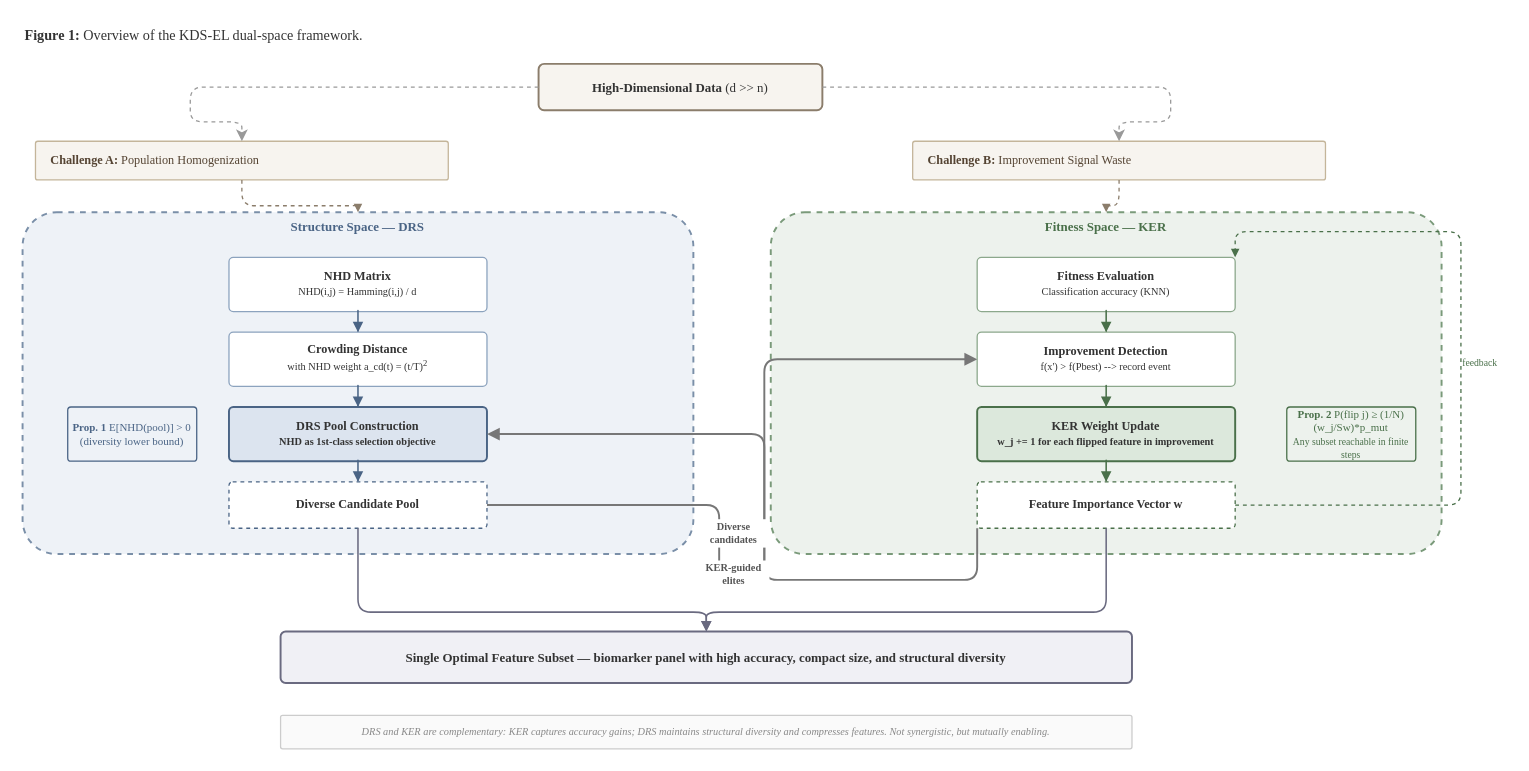
Earlier version of the draw.io diagram output/figures/F1_kds_el_framework.drawio (drp4/KDS-EL). Source tidied: cells renumbered, new cells numbered last; positions are measured from the earlier drawing's top-left corner, leaving out a move shared by most shapes. Both pictures are drawn from the tidied source at 129%, with x=0, y=0 at pixel (22, 22).
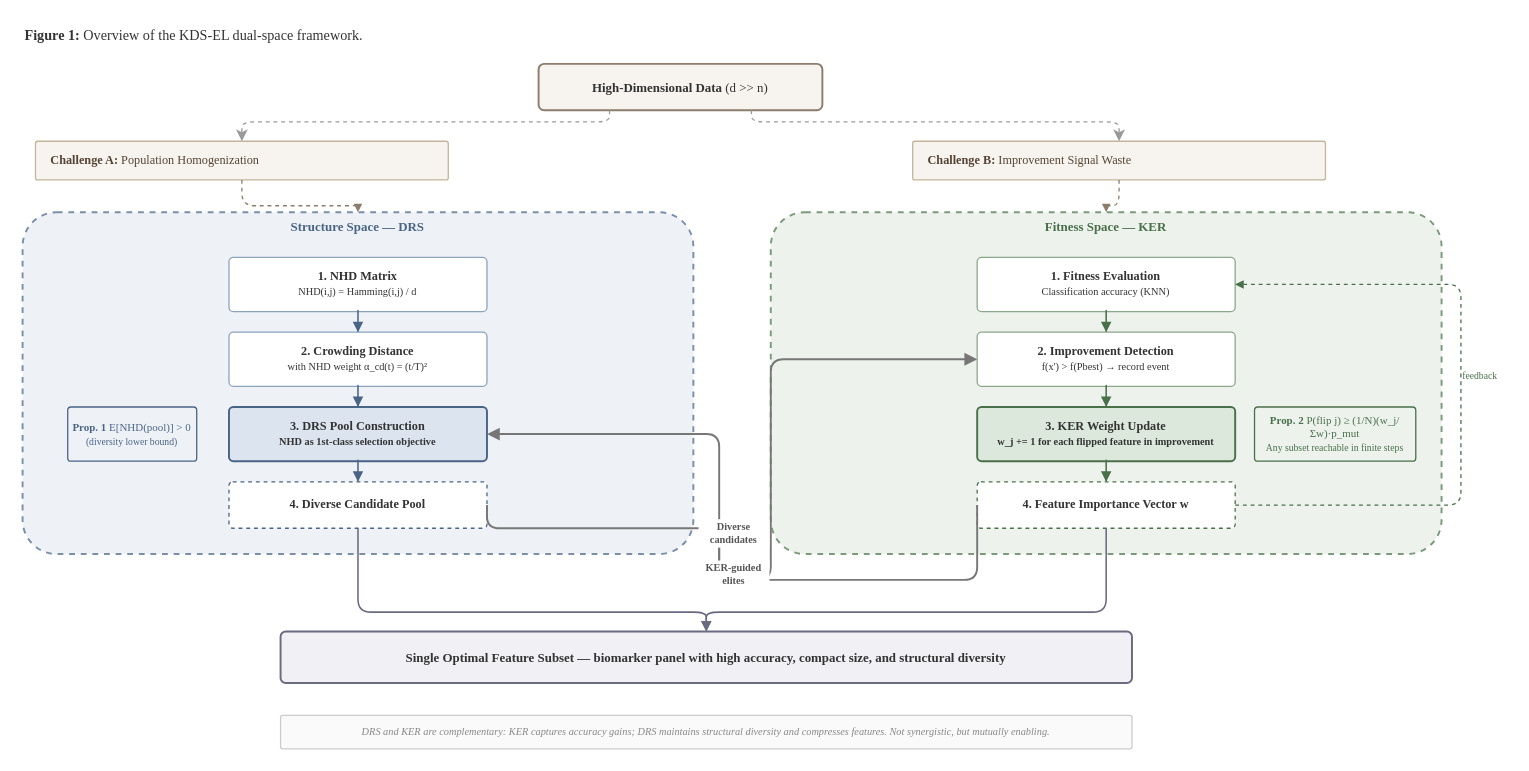
The same diagram, later.

Unchanged cells that the change refers to:
```xml
<mxCell id="3" value="&lt;b&gt;High-Dimensional Data&lt;/b&gt; (d &amp;gt;&amp;gt; n)" style="rounded=1;arcSize=12;whiteSpace=wrap;html=1;fillColor=#F7F4EF;strokeColor=#8B7D6B;strokeWidth=1.5;fontSize=10;fontFamily=Times New Roman;fontColor=#333333;" parent="1" vertex="1">
  <mxGeometry x="400" y="32" width="220" height="36" as="geometry" />
</mxCell>
<mxCell id="4" value="&lt;b&gt;Challenge A:&lt;/b&gt; Population Homogenization" style="rounded=1;arcSize=6;whiteSpace=wrap;html=1;fillColor=#F7F4EF;strokeColor=#C4B59A;strokeWidth=1;fontSize=9.5;fontFamily=Times New Roman;fontColor=#554433;align=left;spacingLeft=10;" parent="1" vertex="1">
  <mxGeometry x="10" y="92" width="320" height="30" as="geometry" />
</mxCell>
<mxCell id="5" value="&lt;b&gt;Challenge B:&lt;/b&gt; Improvement Signal Waste" style="rounded=1;arcSize=6;whiteSpace=wrap;html=1;fillColor=#F7F4EF;strokeColor=#C4B59A;strokeWidth=1;fontSize=9.5;fontFamily=Times New Roman;fontColor=#554433;align=left;spacingLeft=10;" parent="1" vertex="1">
  <mxGeometry x="690" y="92" width="320" height="30" as="geometry" />
</mxCell>
<mxCell id="8" style="rounded=1;arcSize=10;whiteSpace=wrap;html=1;fillColor=#EEF2F7;strokeColor=#7A8FA8;strokeWidth=1.5;dashed=1;" parent="1" vertex="1">
  <mxGeometry y="147" width="520" height="265" as="geometry" />
</mxCell>
<mxCell id="18" style="rounded=1;arcSize=10;whiteSpace=wrap;html=1;fillColor=#EDF2ED;strokeColor=#7A9A7A;strokeWidth=1.5;dashed=1;" parent="1" vertex="1">
  <mxGeometry x="580" y="147" width="520" height="265" as="geometry" />
</mxCell>
<mxCell id="36" value="&lt;b&gt;Single Optimal Feature Subset&lt;/b&gt;  —  biomarker panel with high accuracy, compact size, and structural diversity" style="rounded=1;arcSize=10;whiteSpace=wrap;html=1;fillColor=#F0F0F5;strokeColor=#6A6A80;strokeWidth=1.5;fontSize=10;fontFamily=Times New Roman;fontColor=#333333;fontStyle=1;" parent="1" vertex="1">
  <mxGeometry x="200" y="472" width="660" height="40" as="geometry" />
</mxCell>
```

Change to the diagram source:
```diff
@@
-    <mxCell id="6" style="edgeStyle=orthogonalEdgeStyle;rounded=1;jettySize=auto;html=1;strokeColor=#999999;strokeWidth=1;dashed=1;" parent="1" edge="1" source="3" target="4">
+    <mxCell id="6" style="edgeStyle=orthogonalEdgeStyle;rounded=1;jettySize=auto;html=1;strokeColor=#999999;strokeWidth=1;dashed=1;exitX=0.25;exitY=1;exitDx=0;exitDy=0;entryX=0.5;entryY=0;entryDx=0;entryDy=0;" parent="1" edge="1" source="3" target="4">
       <mxGeometry relative="1" as="geometry">
         <Array as="points">
-          <mxPoint x="130" y="50" />
-          <mxPoint x="130" y="77" />
+          <mxPoint x="455" y="77" />
+          <mxPoint x="170" y="77" />
         </Array>
       </mxGeometry>
     </mxCell>
-    <mxCell id="7" style="edgeStyle=orthogonalEdgeStyle;rounded=1;jettySize=auto;html=1;strokeColor=#999999;strokeWidth=1;dashed=1;" parent="1" edge="1" source="3" target="5">
+    <mxCell id="7" style="edgeStyle=orthogonalEdgeStyle;rounded=1;jettySize=auto;html=1;strokeColor=#999999;strokeWidth=1;dashed=1;exitX=0.75;exitY=1;exitDx=0;exitDy=0;entryX=0.5;entryY=0;entryDx=0;entryDy=0;" parent="1" edge="1" source="3" target="5">
       <mxGeometry relative="1" as="geometry">
         <Array as="points">
-          <mxPoint x="890" y="50" />
-          <mxPoint x="890" y="77" />
+          <mxPoint x="565" y="77" />
+          <mxPoint x="850" y="77" />
         </Array>
       </mxGeometry>
     </mxCell>
@@
-    <mxCell id="10" value="&lt;b&gt;NHD Matrix&lt;/b&gt;&lt;br&gt;&lt;font style=&quot;font-size:8px&quot;&gt;NHD(i,j) = Hamming(i,j) / d&lt;/font&gt;" style="rounded=1;arcSize=8;whiteSpace=wrap;html=1;fillColor=#FFFFFF;strokeColor=#8CA3BE;strokeWidth=1;fontSize=9.5;fontFamily=Times New Roman;fontColor=#333333;" parent="1" vertex="1">
-      <mxGeometry x="160" y="182" width="200" height="42" as="geometry" />
-    </mxCell>
-    <mxCell id="11" value="&lt;b&gt;Crowding Distance&lt;/b&gt;&lt;br&gt;&lt;font style=&quot;font-size:8px&quot;&gt;with NHD weight a_cd(t) = (t/T)&lt;sup&gt;2&lt;/sup&gt;&lt;/font&gt;" style="rounded=1;arcSize=8;whiteSpace=wrap;html=1;fillColor=#FFFFFF;strokeColor=#8CA3BE;strokeWidth=1;fontSize=9.5;fontFamily=Times New Roman;fontColor=#333333;" parent="1" vertex="1">
-      <mxGeometry x="160" y="240" width="200" height="42" as="geometry" />
-    </mxCell>
-    <mxCell id="12" value="&lt;b&gt;DRS Pool Construction&lt;/b&gt;&lt;br&gt;&lt;font style=&quot;font-size:8px&quot;&gt;NHD as 1st-class selection objective&lt;/font&gt;" style="rounded=1;arcSize=8;whiteSpace=wrap;html=1;fillColor=#DCE4EF;strokeColor=#4A6485;strokeWidth=1.5;fontSize=9.5;fontFamily=Times New Roman;fontColor=#333333;fontStyle=1;" parent="1" vertex="1">
-      <mxGeometry x="160" y="298" width="200" height="42" as="geometry" />
-    </mxCell>
-    <mxCell id="13" value="&lt;b&gt;Diverse Candidate Pool&lt;/b&gt;" style="rounded=1;arcSize=8;whiteSpace=wrap;html=1;fillColor=#FFFFFF;strokeColor=#4A6485;strokeWidth=1;fontSize=9.5;fontFamily=Times New Roman;fontColor=#333333;dashed=1;" parent="1" vertex="1">
-      <mxGeometry x="160" y="356" width="200" height="36" as="geometry" />
-    </mxCell>
+    <mxCell id="40" value="&lt;b&gt;1. NHD Matrix&lt;/b&gt;&lt;br&gt;&lt;font style=&quot;font-size:8px&quot;&gt;NHD(i,j) = Hamming(i,j) / d&lt;/font&gt;" style="rounded=1;arcSize=8;whiteSpace=wrap;html=1;fillColor=#FFFFFF;strokeColor=#8CA3BE;strokeWidth=1;fontSize=9.5;fontFamily=Times New Roman;fontColor=#333333;" parent="1" vertex="1">
+      <mxGeometry x="160" y="182" width="200" height="42" as="geometry" />
+    </mxCell>
+    <mxCell id="41" value="&lt;b&gt;2. Crowding Distance&lt;/b&gt;&lt;br&gt;&lt;font style=&quot;font-size:8px&quot;&gt;with NHD weight α_cd(t) = (t/T)²&lt;/font&gt;" style="rounded=1;arcSize=8;whiteSpace=wrap;html=1;fillColor=#FFFFFF;strokeColor=#8CA3BE;strokeWidth=1;fontSize=9.5;fontFamily=Times New Roman;fontColor=#333333;" parent="1" vertex="1">
+      <mxGeometry x="160" y="240" width="200" height="42" as="geometry" />
+    </mxCell>
+    <mxCell id="42" value="&lt;b&gt;3. DRS Pool Construction&lt;/b&gt;&lt;br&gt;&lt;font style=&quot;font-size:8px&quot;&gt;NHD as 1st-class selection objective&lt;/font&gt;" style="rounded=1;arcSize=8;whiteSpace=wrap;html=1;fillColor=#DCE4EF;strokeColor=#4A6485;strokeWidth=1.5;fontSize=9.5;fontFamily=Times New Roman;fontColor=#333333;fontStyle=1;" parent="1" vertex="1">
+      <mxGeometry x="160" y="298" width="200" height="42" as="geometry" />
+    </mxCell>
+    <mxCell id="43" value="&lt;b&gt;4. Diverse Candidate Pool&lt;/b&gt;" style="rounded=1;arcSize=8;whiteSpace=wrap;html=1;fillColor=#FFFFFF;strokeColor=#4A6485;strokeWidth=1;fontSize=9.5;fontFamily=Times New Roman;fontColor=#333333;dashed=1;" parent="1" vertex="1">
+      <mxGeometry x="160" y="356" width="200" height="36" as="geometry" />
+    </mxCell>
-    <mxCell id="14" value="&lt;b&gt;Prop. 1&lt;/b&gt;  E[NHD(pool)] &amp;gt; 0 (diversity lower bound)" style="rounded=1;arcSize=6;whiteSpace=wrap;html=1;fillColor=#EEF2F7;strokeColor=#4A6485;strokeWidth=1;fontSize=8.5;fontFamily=Times New Roman;fontColor=#4A6485;" parent="1" vertex="1">
+    <mxCell id="14" value="&lt;b&gt;Prop. 1&lt;/b&gt;  E[NHD(pool)] &amp;gt; 0&lt;br&gt;&lt;font style=&quot;font-size:7.5px&quot;&gt;(diversity lower bound)&lt;/font&gt;" style="rounded=1;arcSize=6;whiteSpace=wrap;html=1;fillColor=#EEF2F7;strokeColor=#4A6485;strokeWidth=1;fontSize=8.5;fontFamily=Times New Roman;fontColor=#4A6485;" parent="1" vertex="1">
       <mxGeometry x="35" y="298" width="100" height="42" as="geometry" />
     </mxCell>
-    <mxCell id="15" style="edgeStyle=orthogonalEdgeStyle;rounded=1;jettySize=auto;html=1;strokeColor=#4A6485;strokeWidth=1.2;endArrow=block;endFill=1;endSize=5;" parent="1" edge="1" source="10" target="11">
-      <mxGeometry relative="1" as="geometry" />
-    </mxCell>
-    <mxCell id="16" style="edgeStyle=orthogonalEdgeStyle;rounded=1;jettySize=auto;html=1;strokeColor=#4A6485;strokeWidth=1.2;endArrow=block;endFill=1;endSize=5;" parent="1" edge="1" source="11" target="12">
-      <mxGeometry relative="1" as="geometry" />
-    </mxCell>
-    <mxCell id="17" style="edgeStyle=orthogonalEdgeStyle;rounded=1;jettySize=auto;html=1;strokeColor=#4A6485;strokeWidth=1.2;endArrow=block;endFill=1;endSize=5;" parent="1" edge="1" source="12" target="13">
-      <mxGeometry relative="1" as="geometry" />
-    </mxCell>
+    <mxCell id="44" style="edgeStyle=orthogonalEdgeStyle;rounded=1;jettySize=auto;html=1;strokeColor=#4A6485;strokeWidth=1.2;endArrow=block;endFill=1;endSize=5;" parent="1" edge="1" source="40" target="41">
+      <mxGeometry relative="1" as="geometry" />
+    </mxCell>
+    <mxCell id="45" style="edgeStyle=orthogonalEdgeStyle;rounded=1;jettySize=auto;html=1;strokeColor=#4A6485;strokeWidth=1.2;endArrow=block;endFill=1;endSize=5;" parent="1" edge="1" source="41" target="42">
+      <mxGeometry relative="1" as="geometry" />
+    </mxCell>
+    <mxCell id="46" style="edgeStyle=orthogonalEdgeStyle;rounded=1;jettySize=auto;html=1;strokeColor=#4A6485;strokeWidth=1.2;endArrow=block;endFill=1;endSize=5;" parent="1" edge="1" source="42" target="43">
+      <mxGeometry relative="1" as="geometry" />
+    </mxCell>
+    <mxCell id="34" style="edgeStyle=orthogonalEdgeStyle;rounded=1;jettySize=auto;html=1;strokeColor=#8B7D6B;strokeWidth=1;dashed=1;endArrow=block;endFill=1;endSize=4;" parent="1" edge="1" source="4" target="8">
+      <mxGeometry relative="1" as="geometry" />
+    </mxCell>
@@
-    <mxCell id="20" value="&lt;b&gt;Fitness Evaluation&lt;/b&gt;&lt;br&gt;&lt;font style=&quot;font-size:8px&quot;&gt;Classification accuracy (KNN)&lt;/font&gt;" style="rounded=1;arcSize=8;whiteSpace=wrap;html=1;fillColor=#FFFFFF;strokeColor=#8CA88C;strokeWidth=1;fontSize=9.5;fontFamily=Times New Roman;fontColor=#333333;" parent="1" vertex="1">
-      <mxGeometry x="740" y="182" width="200" height="42" as="geometry" />
-    </mxCell>
-    <mxCell id="21" value="&lt;b&gt;Improvement Detection&lt;/b&gt;&lt;br&gt;&lt;font style=&quot;font-size:8px&quot;&gt;f(x&amp;apos;) &amp;gt; f(Pbest) --&gt; record event&lt;/font&gt;" style="rounded=1;arcSize=8;whiteSpace=wrap;html=1;fillColor=#FFFFFF;strokeColor=#8CA88C;strokeWidth=1;fontSize=9.5;fontFamily=Times New Roman;fontColor=#333333;" parent="1" vertex="1">
-      <mxGeometry x="740" y="240" width="200" height="42" as="geometry" />
-    </mxCell>
-    <mxCell id="22" value="&lt;b&gt;KER Weight Update&lt;/b&gt;&lt;br&gt;&lt;font style=&quot;font-size:8px&quot;&gt;w_j += 1 for each flipped feature in improvement&lt;/font&gt;" style="rounded=1;arcSize=8;whiteSpace=wrap;html=1;fillColor=#DCE8DC;strokeColor=#4A704A;strokeWidth=1.5;fontSize=9.5;fontFamily=Times New Roman;fontColor=#333333;fontStyle=1;" parent="1" vertex="1">
-      <mxGeometry x="740" y="298" width="200" height="42" as="geometry" />
-    </mxCell>
-    <mxCell id="23" value="&lt;b&gt;Feature Importance Vector w&lt;/b&gt;" style="rounded=1;arcSize=8;whiteSpace=wrap;html=1;fillColor=#FFFFFF;strokeColor=#4A704A;strokeWidth=1;fontSize=9.5;fontFamily=Times New Roman;fontColor=#333333;dashed=1;" parent="1" vertex="1">
-      <mxGeometry x="740" y="356" width="200" height="36" as="geometry" />
-    </mxCell>
-    <mxCell id="24" value="&lt;b&gt;Prop. 2&lt;/b&gt;  P(flip j) &amp;ge; (1/N)(w_j/Sw)*p_mut&lt;br&gt;&lt;font style=&quot;font-size:7.5px&quot;&gt;Any subset reachable in finite steps&lt;/font&gt;" style="rounded=1;arcSize=6;whiteSpace=wrap;html=1;fillColor=#EDF2ED;strokeColor=#4A704A;strokeWidth=1;fontSize=8.5;fontFamily=Times New Roman;fontColor=#4A704A;" parent="1" vertex="1">
-      <mxGeometry x="980" y="298" width="100" height="42" as="geometry" />
-    </mxCell>
-    <mxCell id="25" style="edgeStyle=orthogonalEdgeStyle;rounded=1;jettySize=auto;html=1;strokeColor=#4A704A;strokeWidth=1.2;endArrow=block;endFill=1;endSize=5;" parent="1" edge="1" source="20" target="21">
-      <mxGeometry relative="1" as="geometry" />
-    </mxCell>
-    <mxCell id="26" style="edgeStyle=orthogonalEdgeStyle;rounded=1;jettySize=auto;html=1;strokeColor=#4A704A;strokeWidth=1.2;endArrow=block;endFill=1;endSize=5;" parent="1" edge="1" source="21" target="22">
-      <mxGeometry relative="1" as="geometry" />
-    </mxCell>
-    <mxCell id="27" style="edgeStyle=orthogonalEdgeStyle;rounded=1;jettySize=auto;html=1;strokeColor=#4A704A;strokeWidth=1.2;endArrow=block;endFill=1;endSize=5;" parent="1" edge="1" source="22" target="23">
-      <mxGeometry relative="1" as="geometry" />
-    </mxCell>
-    <mxCell id="28" style="edgeStyle=orthogonalEdgeStyle;rounded=1;jettySize=auto;html=1;strokeColor=#4A704A;strokeWidth=1;dashed=1;endArrow=block;endFill=1;endSize=4;" parent="1" edge="1" source="23" target="20">
-      <mxGeometry relative="1" as="geometry">
-        <Array as="points">
-          <mxPoint x="940" y="374" />
-          <mxPoint x="1115" y="374" />
-          <mxPoint x="1115" y="162" />
-          <mxPoint x="940" y="162" />
-        </Array>
-      </mxGeometry>
-    </mxCell>
+    <mxCell id="47" value="&lt;b&gt;1. Fitness Evaluation&lt;/b&gt;&lt;br&gt;&lt;font style=&quot;font-size:8px&quot;&gt;Classification accuracy (KNN)&lt;/font&gt;" style="rounded=1;arcSize=8;whiteSpace=wrap;html=1;fillColor=#FFFFFF;strokeColor=#8CA88C;strokeWidth=1;fontSize=9.5;fontFamily=Times New Roman;fontColor=#333333;" parent="1" vertex="1">
+      <mxGeometry x="740" y="182" width="200" height="42" as="geometry" />
+    </mxCell>
+    <mxCell id="48" value="&lt;b&gt;2. Improvement Detection&lt;/b&gt;&lt;br&gt;&lt;font style=&quot;font-size:8px&quot;&gt;f(x') &amp;gt; f(Pbest) → record event&lt;/font&gt;" style="rounded=1;arcSize=8;whiteSpace=wrap;html=1;fillColor=#FFFFFF;strokeColor=#8CA88C;strokeWidth=1;fontSize=9.5;fontFamily=Times New Roman;fontColor=#333333;" parent="1" vertex="1">
+      <mxGeometry x="740" y="240" width="200" height="42" as="geometry" />
+    </mxCell>
+    <mxCell id="49" value="&lt;b&gt;3. KER Weight Update&lt;/b&gt;&lt;br&gt;&lt;font style=&quot;font-size:8px&quot;&gt;w_j += 1 for each flipped feature in improvement&lt;/font&gt;" style="rounded=1;arcSize=8;whiteSpace=wrap;html=1;fillColor=#DCE8DC;strokeColor=#4A704A;strokeWidth=1.5;fontSize=9.5;fontFamily=Times New Roman;fontColor=#333333;fontStyle=1;" parent="1" vertex="1">
+      <mxGeometry x="740" y="298" width="200" height="42" as="geometry" />
+    </mxCell>
+    <mxCell id="50" value="&lt;b&gt;4. Feature Importance Vector w&lt;/b&gt;" style="rounded=1;arcSize=8;whiteSpace=wrap;html=1;fillColor=#FFFFFF;strokeColor=#4A704A;strokeWidth=1;fontSize=9.5;fontFamily=Times New Roman;fontColor=#333333;dashed=1;" parent="1" vertex="1">
+      <mxGeometry x="740" y="356" width="200" height="36" as="geometry" />
+    </mxCell>
+    <mxCell id="51" value="&lt;b&gt;Prop. 2&lt;/b&gt;  P(flip j) ≥ (1/N)(w_j/Σw)·p_mut&lt;br&gt;&lt;font style=&quot;font-size:7.5px&quot;&gt;Any subset reachable in finite steps&lt;/font&gt;" style="rounded=1;arcSize=6;whiteSpace=wrap;html=1;fillColor=#EDF2ED;strokeColor=#4A704A;strokeWidth=1;fontSize=8.5;fontFamily=Times New Roman;fontColor=#4A704A;" parent="1" vertex="1">
+      <mxGeometry x="955" y="298" width="125" height="42" as="geometry" />
+    </mxCell>
+    <mxCell id="52" style="edgeStyle=orthogonalEdgeStyle;rounded=1;jettySize=auto;html=1;strokeColor=#4A704A;strokeWidth=1.2;endArrow=block;endFill=1;endSize=5;" parent="1" edge="1" source="47" target="48">
+      <mxGeometry relative="1" as="geometry" />
+    </mxCell>
+    <mxCell id="53" style="edgeStyle=orthogonalEdgeStyle;rounded=1;jettySize=auto;html=1;strokeColor=#4A704A;strokeWidth=1.2;endArrow=block;endFill=1;endSize=5;" parent="1" edge="1" source="48" target="49">
+      <mxGeometry relative="1" as="geometry" />
+    </mxCell>
+    <mxCell id="54" style="edgeStyle=orthogonalEdgeStyle;rounded=1;jettySize=auto;html=1;strokeColor=#4A704A;strokeWidth=1.2;endArrow=block;endFill=1;endSize=5;" parent="1" edge="1" source="49" target="50">
+      <mxGeometry relative="1" as="geometry" />
+    </mxCell>
+    <mxCell id="55" style="edgeStyle=orthogonalEdgeStyle;rounded=1;jettySize=auto;html=1;strokeColor=#4A704A;strokeWidth=1;dashed=1;endArrow=block;endFill=1;endSize=4;exitX=1;exitY=0.5;exitDx=0;exitDy=0;entryX=1;entryY=0.5;entryDx=0;entryDy=0;" parent="1" edge="1" source="50" target="47">
+      <mxGeometry relative="1" as="geometry">
+        <Array as="points">
+          <mxPoint x="1115" y="374" />
+          <mxPoint x="1115" y="203" />
+        </Array>
+      </mxGeometry>
+    </mxCell>
     <mxCell id="29" value="&lt;font style=&quot;font-size:7.5px&quot;&gt;feedback&lt;/font&gt;" style="text;html=1;strokeColor=none;fillColor=none;align=center;verticalAlign=middle;whiteSpace=wrap;fontSize=8;fontFamily=Times New Roman;fontColor=#4A704A;" parent="1" vertex="1">
-      <mxGeometry x="1110" y="257" width="40" height="14" as="geometry" />
+      <mxGeometry x="1110" y="267" width="40" height="14" as="geometry" />
     </mxCell>
-    <mxCell id="30" style="edgeStyle=orthogonalEdgeStyle;rounded=1;jettySize=auto;html=1;strokeColor=#777777;strokeWidth=1.5;endArrow=block;endFill=1;endSize=6;" parent="1" edge="1" source="13" target="21">
-      <mxGeometry relative="1" as="geometry">
-        <Array as="points">
-          <mxPoint x="540" y="374" />
-          <mxPoint x="540" y="432" />
-          <mxPoint x="575" y="432" />
-          <mxPoint x="575" y="261" />
-        </Array>
-      </mxGeometry>
-    </mxCell>
-    <mxCell id="31" style="edgeStyle=orthogonalEdgeStyle;rounded=1;jettySize=auto;html=1;strokeColor=#777777;strokeWidth=1.5;endArrow=block;endFill=1;endSize=6;" parent="1" edge="1" source="23" target="12">
-      <mxGeometry relative="1" as="geometry">
-        <Array as="points">
-          <mxPoint x="740" y="432" />
-          <mxPoint x="575" y="432" />
-          <mxPoint x="575" y="319" />
-        </Array>
-      </mxGeometry>
-    </mxCell>
+    <mxCell id="35" style="edgeStyle=orthogonalEdgeStyle;rounded=1;jettySize=auto;html=1;strokeColor=#8B7D6B;strokeWidth=1;dashed=1;endArrow=block;endFill=1;endSize=4;" parent="1" edge="1" source="5" target="18">
+      <mxGeometry relative="1" as="geometry" />
+    </mxCell>
+    <mxCell id="56" style="edgeStyle=orthogonalEdgeStyle;rounded=1;jettySize=auto;html=1;strokeColor=#777777;strokeWidth=1.5;endArrow=block;endFill=1;endSize=6;exitX=1;exitY=0.5;exitDx=0;exitDy=0;entryX=0;entryY=0.5;entryDx=0;entryDy=0;" parent="1" edge="1" source="43" target="48">
+      <mxGeometry relative="1" as="geometry">
+        <Array as="points">
+          <mxPoint x="540" y="392" />
+          <mxPoint x="540" y="432" />
+          <mxPoint x="580" y="432" />
+          <mxPoint x="580" y="261" />
+        </Array>
+      </mxGeometry>
+    </mxCell>
+    <mxCell id="57" style="edgeStyle=orthogonalEdgeStyle;rounded=1;jettySize=auto;html=1;strokeColor=#777777;strokeWidth=1.5;endArrow=block;endFill=1;endSize=6;exitX=0;exitY=0.5;exitDx=0;exitDy=0;entryX=1;entryY=0.5;entryDx=0;entryDy=0;" parent="1" edge="1" source="50" target="42">
+      <mxGeometry relative="1" as="geometry">
+        <Array as="points">
+          <mxPoint x="620" y="432" />
+          <mxPoint x="580" y="432" />
+          <mxPoint x="540" y="432" />
+          <mxPoint x="540" y="319" />
+        </Array>
+      </mxGeometry>
+    </mxCell>
@@
-    <mxCell id="34" style="edgeStyle=orthogonalEdgeStyle;rounded=1;jettySize=auto;html=1;strokeColor=#8B7D6B;strokeWidth=1;dashed=1;endArrow=block;endFill=1;endSize=4;" parent="1" edge="1" source="4" target="8">
-      <mxGeometry relative="1" as="geometry" />
-    </mxCell>
-    <mxCell id="35" style="edgeStyle=orthogonalEdgeStyle;rounded=1;jettySize=auto;html=1;strokeColor=#8B7D6B;strokeWidth=1;dashed=1;endArrow=block;endFill=1;endSize=4;" parent="1" edge="1" source="5" target="18">
-      <mxGeometry relative="1" as="geometry" />
-    </mxCell>
@@
-    <mxCell id="37" style="edgeStyle=orthogonalEdgeStyle;rounded=1;jettySize=auto;html=1;strokeColor=#6A6A80;strokeWidth=1.2;endArrow=block;endFill=1;endSize=5;" parent="1" edge="1" source="13" target="36">
-      <mxGeometry relative="1" as="geometry">
-        <Array as="points">
-          <mxPoint x="260" y="457" />
-        </Array>
-      </mxGeometry>
-    </mxCell>
-    <mxCell id="38" style="edgeStyle=orthogonalEdgeStyle;rounded=1;jettySize=auto;html=1;strokeColor=#6A6A80;strokeWidth=1.2;endArrow=block;endFill=1;endSize=5;" parent="1" edge="1" source="23" target="36">
-      <mxGeometry relative="1" as="geometry">
-        <Array as="points">
-          <mxPoint x="840" y="457" />
-        </Array>
-      </mxGeometry>
-    </mxCell>
+    <mxCell id="58" style="edgeStyle=orthogonalEdgeStyle;rounded=1;jettySize=auto;html=1;strokeColor=#6A6A80;strokeWidth=1.2;endArrow=block;endFill=1;endSize=5;" parent="1" edge="1" source="43" target="36">
+      <mxGeometry relative="1" as="geometry">
+        <Array as="points">
+          <mxPoint x="260" y="457" />
+        </Array>
+      </mxGeometry>
+    </mxCell>
+    <mxCell id="59" style="edgeStyle=orthogonalEdgeStyle;rounded=1;jettySize=auto;html=1;strokeColor=#6A6A80;strokeWidth=1.2;endArrow=block;endFill=1;endSize=5;" parent="1" edge="1" source="50" target="36">
+      <mxGeometry relative="1" as="geometry">
+        <Array as="points">
+          <mxPoint x="840" y="457" />
+        </Array>
+      </mxGeometry>
+    </mxCell>
```
